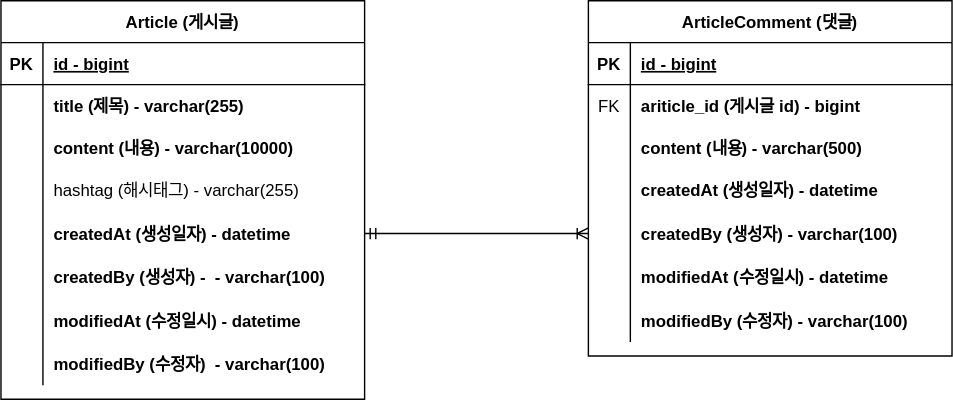
Above: document/project-board-erd.svg in wisdom08/project-board (draw.io), before the change. Source tidied: cells renumbered, new cells last; positions are measured from the earlier drawing's top-left corner, leaving out a move shared by most shapes.
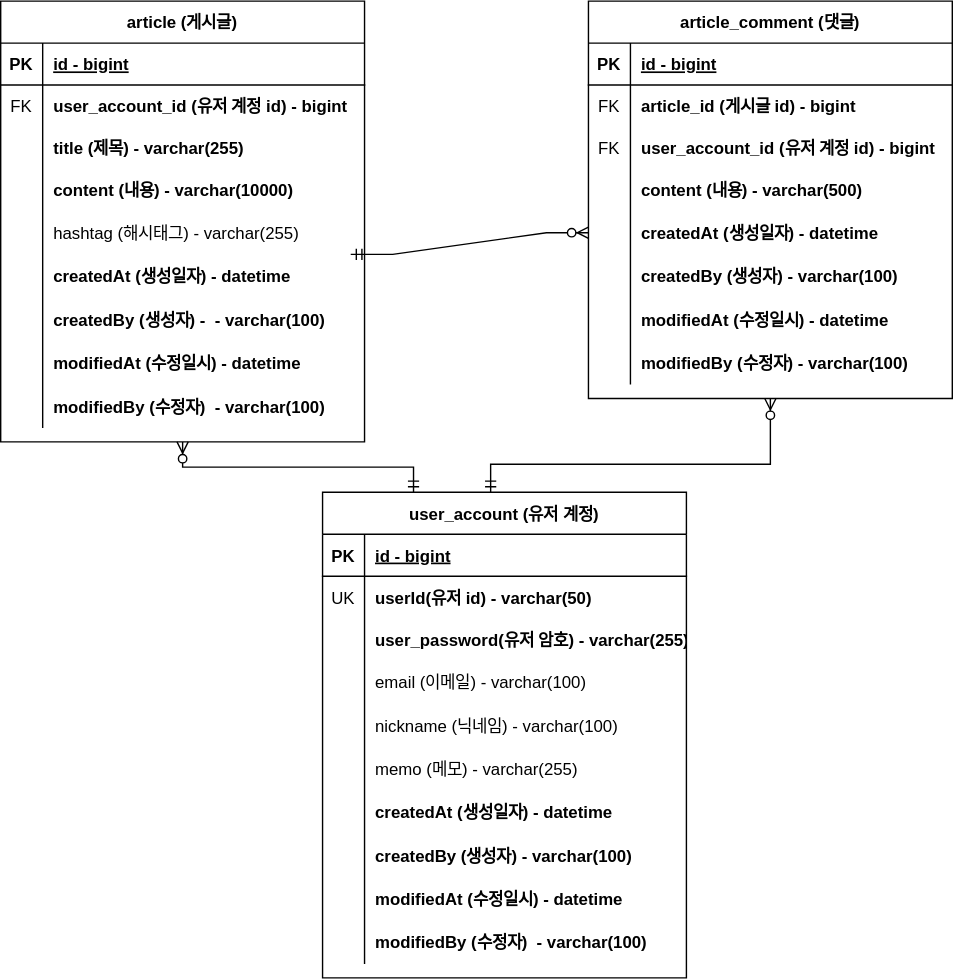
After the commit.

Diff of the diagram source:
```diff
@@ -2,8 +2,8 @@
   <root>
     <mxCell id="0" />
     <mxCell id="1" parent="0" />
-    <mxCell id="2" value="Article (게시글)" style="shape=table;startSize=30;rowLines=0;fontStyle=1;align=center;" parent="1" vertex="1">
-      <mxGeometry width="260" height="285" as="geometry" />
+    <mxCell id="2" value="article (게시글)" style="shape=table;startSize=30;rowLines=0;fontStyle=1;align=center;" parent="1" vertex="1">
+      <mxGeometry width="260" height="315" as="geometry" />
     </mxCell>
     <mxCell id="3" style="shape=partialRectangle;fillColor=none;top=0;left=0;right=0;bottom=1;" parent="2" vertex="1">
       <mxGeometry y="30" width="260" height="30" as="geometry" />
@@ -17,14 +17,23 @@
     <mxCell id="6" style="shape=partialRectangle;fillColor=none;top=0;left=0;right=0;bottom=0;" parent="2" vertex="1">
       <mxGeometry y="60" width="260" height="30" as="geometry" />
     </mxCell>
-    <mxCell id="7" style="shape=partialRectangle;overflow=hidden;fillColor=none;top=0;left=0;bottom=0;right=0;" parent="6" vertex="1">
+    <mxCell id="7" value="FK" style="shape=partialRectangle;overflow=hidden;fillColor=none;top=0;left=0;bottom=0;right=0;" parent="6" vertex="1">
       <mxGeometry width="30" height="30" as="geometry" />
     </mxCell>
-    <mxCell id="8" value="title (제목) - varchar(255)" style="shape=partialRectangle;overflow=hidden;fillColor=none;top=0;left=0;bottom=0;right=0;align=left;spacingLeft=6;fontStyle=1;" parent="6" vertex="1">
+    <mxCell id="8" value="user_account_id (유저 계정 id) - bigint" style="shape=partialRectangle;overflow=hidden;fillColor=none;top=0;left=0;bottom=0;right=0;align=left;spacingLeft=6;fontStyle=1;" parent="6" vertex="1">
       <mxGeometry x="30" width="230" height="30" as="geometry" />
     </mxCell>
+    <mxCell id="50" style="shape=partialRectangle;fillColor=none;top=0;left=0;right=0;bottom=0;" parent="2" vertex="1">
+      <mxGeometry y="90" width="260" height="30" as="geometry" />
+    </mxCell>
+    <mxCell id="51" style="shape=partialRectangle;overflow=hidden;fillColor=none;top=0;left=0;bottom=0;right=0;" parent="50" vertex="1">
+      <mxGeometry width="30" height="30" as="geometry" />
+    </mxCell>
+    <mxCell id="52" value="title (제목) - varchar(255)" style="shape=partialRectangle;overflow=hidden;fillColor=none;top=0;left=0;bottom=0;right=0;align=left;spacingLeft=6;fontStyle=1;" parent="50" vertex="1">
+      <mxGeometry x="30" width="230" height="30" as="geometry" />
+    </mxCell>
     <mxCell id="9" style="shape=partialRectangle;fillColor=none;top=0;left=0;right=0;bottom=0;" parent="2" vertex="1">
-      <mxGeometry y="90" width="260" height="30" as="geometry" />
+      <mxGeometry y="120" width="260" height="30" as="geometry" />
     </mxCell>
     <mxCell id="10" style="shape=partialRectangle;overflow=hidden;fillColor=none;top=0;left=0;bottom=0;right=0;" parent="9" vertex="1">
       <mxGeometry width="30" height="30" as="geometry" />
@@ -33,7 +42,7 @@
       <mxGeometry x="30" width="230" height="30" as="geometry" />
     </mxCell>
     <mxCell id="12" style="shape=partialRectangle;fillColor=none;top=0;left=0;right=0;bottom=0;" parent="2" vertex="1">
-      <mxGeometry y="120" width="260" height="31" as="geometry" />
+      <mxGeometry y="150" width="260" height="31" as="geometry" />
     </mxCell>
     <mxCell id="13" style="shape=partialRectangle;overflow=hidden;fillColor=none;top=0;left=0;bottom=0;right=0;" parent="12" vertex="1">
       <mxGeometry width="30" height="31" as="geometry" />
@@ -42,7 +51,7 @@
       <mxGeometry x="30" width="230" height="31" as="geometry" />
     </mxCell>
     <mxCell id="15" style="shape=partialRectangle;fillColor=none;points=[[0,0.5],[1,0.5]];portConstraint=eastwest;top=0;left=0;right=0;bottom=0;" parent="2" vertex="1">
-      <mxGeometry y="151" width="260" height="31" as="geometry" />
+      <mxGeometry y="181" width="260" height="31" as="geometry" />
     </mxCell>
     <mxCell id="16" style="shape=partialRectangle;overflow=hidden;fillColor=none;top=0;left=0;bottom=0;right=0;" parent="15" vertex="1">
       <mxGeometry width="30" height="31" as="geometry" />
@@ -51,7 +60,7 @@
       <mxGeometry x="30" width="230" height="31" as="geometry" />
     </mxCell>
     <mxCell id="18" style="shape=partialRectangle;fillColor=none;top=0;left=0;right=0;bottom=0;" parent="2" vertex="1">
-      <mxGeometry y="182" width="260" height="31" as="geometry" />
+      <mxGeometry y="212" width="260" height="31" as="geometry" />
     </mxCell>
     <mxCell id="19" style="shape=partialRectangle;overflow=hidden;fillColor=none;top=0;left=0;bottom=0;right=0;" parent="18" vertex="1">
       <mxGeometry width="30" height="31" as="geometry" />
@@ -60,7 +69,7 @@
       <mxGeometry x="30" width="230" height="31" as="geometry" />
     </mxCell>
     <mxCell id="21" style="shape=partialRectangle;fillColor=none;top=0;left=0;right=0;bottom=0;" parent="2" vertex="1">
-      <mxGeometry y="213" width="260" height="31" as="geometry" />
+      <mxGeometry y="243" width="260" height="31" as="geometry" />
     </mxCell>
     <mxCell id="22" style="shape=partialRectangle;overflow=hidden;fillColor=none;top=0;left=0;bottom=0;right=0;" parent="21" vertex="1">
       <mxGeometry width="30" height="31" as="geometry" />
@@ -69,7 +78,7 @@
       <mxGeometry x="30" width="230" height="31" as="geometry" />
     </mxCell>
     <mxCell id="24" style="shape=partialRectangle;fillColor=none;top=0;left=0;right=0;bottom=0;" parent="2" vertex="1">
-      <mxGeometry y="244" width="260" height="31" as="geometry" />
+      <mxGeometry y="274" width="260" height="31" as="geometry" />
     </mxCell>
     <mxCell id="25" style="shape=partialRectangle;overflow=hidden;fillColor=none;top=0;left=0;bottom=0;right=0;" parent="24" vertex="1">
       <mxGeometry width="30" height="31" as="geometry" />
@@ -77,8 +86,8 @@
     <mxCell id="26" value="modifiedBy (수정자)  - varchar(100)" style="shape=partialRectangle;overflow=hidden;fillColor=none;top=0;left=0;bottom=0;right=0;align=left;spacingLeft=6;fontStyle=1;" parent="24" vertex="1">
       <mxGeometry x="30" width="230" height="31" as="geometry" />
     </mxCell>
-    <mxCell id="27" value="ArticleComment (댓글)" style="shape=table;startSize=30;rowLines=0;fontStyle=1;align=center;" parent="1" vertex="1">
-      <mxGeometry x="420" width="260" height="254" as="geometry" />
+    <mxCell id="27" value="article_comment (댓글)" style="shape=table;startSize=30;rowLines=0;fontStyle=1;align=center;" parent="1" vertex="1">
+      <mxGeometry x="420" width="260" height="284" as="geometry" />
     </mxCell>
     <mxCell id="28" style="shape=partialRectangle;fillColor=none;top=0;left=0;right=0;bottom=1;" parent="27" vertex="1">
       <mxGeometry y="30" width="260" height="30" as="geometry" />
@@ -95,11 +104,20 @@
     <mxCell id="32" value="FK" style="shape=partialRectangle;overflow=hidden;fillColor=none;top=0;left=0;bottom=0;right=0;" parent="31" vertex="1">
       <mxGeometry width="30" height="30" as="geometry" />
     </mxCell>
-    <mxCell id="33" value="ariticle_id (게시글 id) - bigint" style="shape=partialRectangle;overflow=hidden;fillColor=none;top=0;left=0;bottom=0;right=0;align=left;spacingLeft=6;fontStyle=1;" parent="31" vertex="1">
+    <mxCell id="33" value="article_id (게시글 id) - bigint" style="shape=partialRectangle;overflow=hidden;fillColor=none;top=0;left=0;bottom=0;right=0;align=left;spacingLeft=6;fontStyle=1;" parent="31" vertex="1">
       <mxGeometry x="30" width="230" height="30" as="geometry" />
     </mxCell>
+    <mxCell id="53" style="shape=partialRectangle;fillColor=none;top=0;left=0;right=0;bottom=0;" parent="27" vertex="1">
+      <mxGeometry y="90" width="260" height="30" as="geometry" />
+    </mxCell>
+    <mxCell id="54" value="FK" style="shape=partialRectangle;overflow=hidden;fillColor=none;top=0;left=0;bottom=0;right=0;" parent="53" vertex="1">
+      <mxGeometry width="30" height="30" as="geometry" />
+    </mxCell>
+    <mxCell id="55" value="user_account_id (유저 계정 id) - bigint" style="shape=partialRectangle;overflow=hidden;fillColor=none;top=0;left=0;bottom=0;right=0;align=left;spacingLeft=6;fontStyle=1;" parent="53" vertex="1">
+      <mxGeometry x="30" width="230" height="30" as="geometry" />
+    </mxCell>
     <mxCell id="34" style="shape=partialRectangle;fillColor=none;top=0;left=0;right=0;bottom=0;" parent="27" vertex="1">
-      <mxGeometry y="90" width="260" height="30" as="geometry" />
+      <mxGeometry y="120" width="260" height="30" as="geometry" />
     </mxCell>
     <mxCell id="35" style="shape=partialRectangle;overflow=hidden;fillColor=none;top=0;left=0;bottom=0;right=0;" parent="34" vertex="1">
       <mxGeometry width="30" height="30" as="geometry" />
@@ -108,7 +126,7 @@
       <mxGeometry x="30" width="230" height="30" as="geometry" />
     </mxCell>
     <mxCell id="37" style="shape=partialRectangle;fillColor=none;points=[[0,0.5],[1,0.5]];portConstraint=eastwest;top=0;left=0;right=0;bottom=0;" parent="27" vertex="1">
-      <mxGeometry y="120" width="260" height="31" as="geometry" />
+      <mxGeometry y="150" width="260" height="31" as="geometry" />
     </mxCell>
     <mxCell id="38" style="shape=partialRectangle;overflow=hidden;fillColor=none;top=0;left=0;bottom=0;right=0;" parent="37" vertex="1">
       <mxGeometry width="30" height="31" as="geometry" />
@@ -117,7 +135,7 @@
       <mxGeometry x="30" width="230" height="31" as="geometry" />
     </mxCell>
     <mxCell id="40" style="shape=partialRectangle;fillColor=none;points=[[0,0.5],[1,0.5]];portConstraint=eastwest;top=0;left=0;right=0;bottom=0;" parent="27" vertex="1">
-      <mxGeometry y="151" width="260" height="31" as="geometry" />
+      <mxGeometry y="181" width="260" height="31" as="geometry" />
     </mxCell>
     <mxCell id="41" style="shape=partialRectangle;overflow=hidden;fillColor=none;top=0;left=0;bottom=0;right=0;" parent="40" vertex="1">
       <mxGeometry width="30" height="31" as="geometry" />
@@ -126,7 +144,7 @@
       <mxGeometry x="30" width="230" height="31" as="geometry" />
     </mxCell>
     <mxCell id="43" style="shape=partialRectangle;fillColor=none;top=0;left=0;right=0;bottom=0;" parent="27" vertex="1">
-      <mxGeometry y="182" width="260" height="31" as="geometry" />
+      <mxGeometry y="212" width="260" height="31" as="geometry" />
     </mxCell>
     <mxCell id="44" style="shape=partialRectangle;overflow=hidden;fillColor=none;top=0;left=0;bottom=0;right=0;" parent="43" vertex="1">
       <mxGeometry width="30" height="31" as="geometry" />
@@ -135,7 +153,7 @@
       <mxGeometry x="30" width="230" height="31" as="geometry" />
     </mxCell>
     <mxCell id="46" style="shape=partialRectangle;fillColor=none;top=0;left=0;right=0;bottom=0;" parent="27" vertex="1">
-      <mxGeometry y="213" width="260" height="31" as="geometry" />
+      <mxGeometry y="243" width="260" height="31" as="geometry" />
     </mxCell>
     <mxCell id="47" style="shape=partialRectangle;overflow=hidden;fillColor=none;top=0;left=0;bottom=0;right=0;" parent="46" vertex="1">
       <mxGeometry width="30" height="31" as="geometry" />
@@ -143,8 +161,112 @@
     <mxCell id="48" value="modifiedBy (수정자) - varchar(100)" style="shape=partialRectangle;overflow=hidden;fillColor=none;top=0;left=0;bottom=0;right=0;align=left;spacingLeft=6;fontStyle=1;" parent="46" vertex="1">
       <mxGeometry x="30" width="230" height="31" as="geometry" />
     </mxCell>
-    <mxCell id="49" style="fontSize=12;html=1;endArrow=ERoneToMany;startArrow=ERmandOne;rounded=0;exitX=1;exitY=0.5;exitDx=0;exitDy=0;" parent="1" edge="1" source="15" target="40">
-      <mxGeometry relative="1" as="geometry" />
-    </mxCell>
+    <mxCell id="56" value="user_account (유저 계정)" style="shape=table;startSize=30;rowLines=0;fontStyle=1;align=center;" parent="1" vertex="1">
+      <mxGeometry x="230" y="351" width="260" height="347" as="geometry" />
+    </mxCell>
+    <mxCell id="57" style="shape=partialRectangle;fillColor=none;top=0;left=0;right=0;bottom=1;" parent="56" vertex="1">
+      <mxGeometry y="30" width="260" height="30" as="geometry" />
+    </mxCell>
+    <mxCell id="58" value="PK" style="shape=partialRectangle;overflow=hidden;fillColor=none;top=0;left=0;bottom=0;right=0;fontStyle=1;" parent="57" vertex="1">
+      <mxGeometry width="30" height="30" as="geometry" />
+    </mxCell>
+    <mxCell id="59" value="id - bigint" style="shape=partialRectangle;overflow=hidden;fillColor=none;top=0;left=0;bottom=0;right=0;align=left;spacingLeft=6;fontStyle=5;" parent="57" vertex="1">
+      <mxGeometry x="30" width="230" height="30" as="geometry" />
+    </mxCell>
+    <mxCell id="60" style="shape=partialRectangle;fillColor=none;top=0;left=0;right=0;bottom=0;" parent="56" vertex="1">
+      <mxGeometry y="60" width="260" height="30" as="geometry" />
+    </mxCell>
+    <mxCell id="61" value="UK" style="shape=partialRectangle;overflow=hidden;fillColor=none;top=0;left=0;bottom=0;right=0;" parent="60" vertex="1">
+      <mxGeometry width="30" height="30" as="geometry" />
+    </mxCell>
+    <mxCell id="62" value="userId(유저 id) - varchar(50)" style="shape=partialRectangle;overflow=hidden;fillColor=none;top=0;left=0;bottom=0;right=0;align=left;spacingLeft=6;fontStyle=1;" parent="60" vertex="1">
+      <mxGeometry x="30" width="230" height="30" as="geometry" />
+    </mxCell>
+    <mxCell id="63" style="shape=partialRectangle;fillColor=none;top=0;left=0;right=0;bottom=0;" parent="56" vertex="1">
+      <mxGeometry y="90" width="260" height="30" as="geometry" />
+    </mxCell>
+    <mxCell id="64" style="shape=partialRectangle;overflow=hidden;fillColor=none;top=0;left=0;bottom=0;right=0;" parent="63" vertex="1">
+      <mxGeometry width="30" height="30" as="geometry" />
+    </mxCell>
+    <mxCell id="65" value="user_password(유저 암호) - varchar(255)" style="shape=partialRectangle;overflow=hidden;fillColor=none;top=0;left=0;bottom=0;right=0;align=left;spacingLeft=6;fontStyle=1;" parent="63" vertex="1">
+      <mxGeometry x="30" width="230" height="30" as="geometry" />
+    </mxCell>
+    <mxCell id="66" style="shape=partialRectangle;fillColor=none;top=0;left=0;right=0;bottom=0;" parent="56" vertex="1">
+      <mxGeometry y="120" width="260" height="31" as="geometry" />
+    </mxCell>
+    <mxCell id="67" style="shape=partialRectangle;overflow=hidden;fillColor=none;top=0;left=0;bottom=0;right=0;" parent="66" vertex="1">
+      <mxGeometry width="30" height="31" as="geometry" />
+    </mxCell>
+    <mxCell id="68" value="email (이메일) - varchar(100)" style="shape=partialRectangle;overflow=hidden;fillColor=none;top=0;left=0;bottom=0;right=0;align=left;spacingLeft=6;" parent="66" vertex="1">
+      <mxGeometry x="30" width="230" height="31" as="geometry" />
+    </mxCell>
+    <mxCell id="69" style="shape=partialRectangle;fillColor=none;top=0;left=0;right=0;bottom=0;" parent="56" vertex="1">
+      <mxGeometry y="151" width="260" height="31" as="geometry" />
+    </mxCell>
+    <mxCell id="70" style="shape=partialRectangle;overflow=hidden;fillColor=none;top=0;left=0;bottom=0;right=0;" parent="69" vertex="1">
+      <mxGeometry width="30" height="31" as="geometry" />
+    </mxCell>
+    <mxCell id="71" value="nickname (닉네임) - varchar(100)" style="shape=partialRectangle;overflow=hidden;fillColor=none;top=0;left=0;bottom=0;right=0;align=left;spacingLeft=6;fontStyle=0;" parent="69" vertex="1">
+      <mxGeometry x="30" width="230" height="31" as="geometry" />
+    </mxCell>
+    <mxCell id="72" style="shape=partialRectangle;fillColor=none;top=0;left=0;right=0;bottom=0;" parent="56" vertex="1">
+      <mxGeometry y="182" width="260" height="31" as="geometry" />
+    </mxCell>
+    <mxCell id="73" style="shape=partialRectangle;overflow=hidden;fillColor=none;top=0;left=0;bottom=0;right=0;" parent="72" vertex="1">
+      <mxGeometry width="30" height="31" as="geometry" />
+    </mxCell>
+    <mxCell id="74" value="memo (메모) - varchar(255)" style="shape=partialRectangle;overflow=hidden;fillColor=none;top=0;left=0;bottom=0;right=0;align=left;spacingLeft=6;fontStyle=0;" parent="72" vertex="1">
+      <mxGeometry x="30" width="230" height="31" as="geometry" />
+    </mxCell>
+    <mxCell id="75" style="shape=partialRectangle;fillColor=none;top=0;left=0;right=0;bottom=0;" parent="56" vertex="1">
+      <mxGeometry y="213" width="260" height="31" as="geometry" />
+    </mxCell>
+    <mxCell id="76" style="shape=partialRectangle;overflow=hidden;fillColor=none;top=0;left=0;bottom=0;right=0;" parent="75" vertex="1">
+      <mxGeometry width="30" height="31" as="geometry" />
+    </mxCell>
+    <mxCell id="77" value="createdAt (생성일자) - datetime" style="shape=partialRectangle;overflow=hidden;fillColor=none;top=0;left=0;bottom=0;right=0;align=left;spacingLeft=6;fontStyle=1;" parent="75" vertex="1">
+      <mxGeometry x="30" width="230" height="31" as="geometry" />
+    </mxCell>
+    <mxCell id="78" style="shape=partialRectangle;fillColor=none;top=0;left=0;right=0;bottom=0;" parent="56" vertex="1">
+      <mxGeometry y="244" width="260" height="31" as="geometry" />
+    </mxCell>
+    <mxCell id="79" style="shape=partialRectangle;overflow=hidden;fillColor=none;top=0;left=0;bottom=0;right=0;" parent="78" vertex="1">
+      <mxGeometry width="30" height="31" as="geometry" />
+    </mxCell>
+    <mxCell id="80" value="createdBy (생성자) - varchar(100)" style="shape=partialRectangle;overflow=hidden;fillColor=none;top=0;left=0;bottom=0;right=0;align=left;spacingLeft=6;fontStyle=1;" parent="78" vertex="1">
+      <mxGeometry x="30" width="230" height="31" as="geometry" />
+    </mxCell>
+    <mxCell id="81" style="shape=partialRectangle;fillColor=none;top=0;left=0;right=0;bottom=0;" parent="56" vertex="1">
+      <mxGeometry y="275" width="260" height="31" as="geometry" />
+    </mxCell>
+    <mxCell id="82" style="shape=partialRectangle;overflow=hidden;fillColor=none;top=0;left=0;bottom=0;right=0;" parent="81" vertex="1">
+      <mxGeometry width="30" height="31" as="geometry" />
+    </mxCell>
+    <mxCell id="83" value="modifiedAt (수정일시) - datetime" style="shape=partialRectangle;overflow=hidden;fillColor=none;top=0;left=0;bottom=0;right=0;align=left;spacingLeft=6;fontStyle=1;" parent="81" vertex="1">
+      <mxGeometry x="30" width="230" height="31" as="geometry" />
+    </mxCell>
+    <mxCell id="84" style="shape=partialRectangle;fillColor=none;top=0;left=0;right=0;bottom=0;" parent="56" vertex="1">
+      <mxGeometry y="306" width="260" height="31" as="geometry" />
+    </mxCell>
+    <mxCell id="85" style="shape=partialRectangle;overflow=hidden;fillColor=none;top=0;left=0;bottom=0;right=0;" parent="84" vertex="1">
+      <mxGeometry width="30" height="31" as="geometry" />
+    </mxCell>
+    <mxCell id="86" value="modifiedBy (수정자)  - varchar(100)" style="shape=partialRectangle;overflow=hidden;fillColor=none;top=0;left=0;bottom=0;right=0;align=left;spacingLeft=6;fontStyle=1;" parent="84" vertex="1">
+      <mxGeometry x="30" width="230" height="31" as="geometry" />
+    </mxCell>
+    <mxCell id="87" style="edgeStyle=orthogonalEdgeStyle;fontSize=12;html=1;endArrow=ERzeroToMany;startArrow=ERmandOne;rounded=0;exitX=0.25;exitY=0;exitDx=0;exitDy=0;" parent="1" edge="1" source="56" target="2">
+      <mxGeometry relative="1" as="geometry" />
+    </mxCell>
+    <mxCell id="88" style="fontSize=12;html=1;endArrow=ERzeroToMany;startArrow=ERmandOne;rounded=0;exitX=0.462;exitY=0;exitDx=0;exitDy=0;exitPerimeter=0;edgeStyle=orthogonalEdgeStyle;" parent="1" edge="1" source="56" target="27">
+      <mxGeometry relative="1" as="geometry">
+        <Array as="points">
+          <mxPoint x="350" y="331" />
+          <mxPoint x="550" y="331" />
+        </Array>
+      </mxGeometry>
+    </mxCell>
+    <mxCell id="89" style="edgeStyle=entityRelationEdgeStyle;fontSize=12;html=1;endArrow=ERzeroToMany;startArrow=ERmandOne;rounded=0;exitX=0.962;exitY=0;exitDx=0;exitDy=0;exitPerimeter=0;" parent="1" edge="1" source="15" target="37">
+      <mxGeometry relative="1" as="geometry" />
+    </mxCell>
   </root>
 </mxGraphModel>
```
